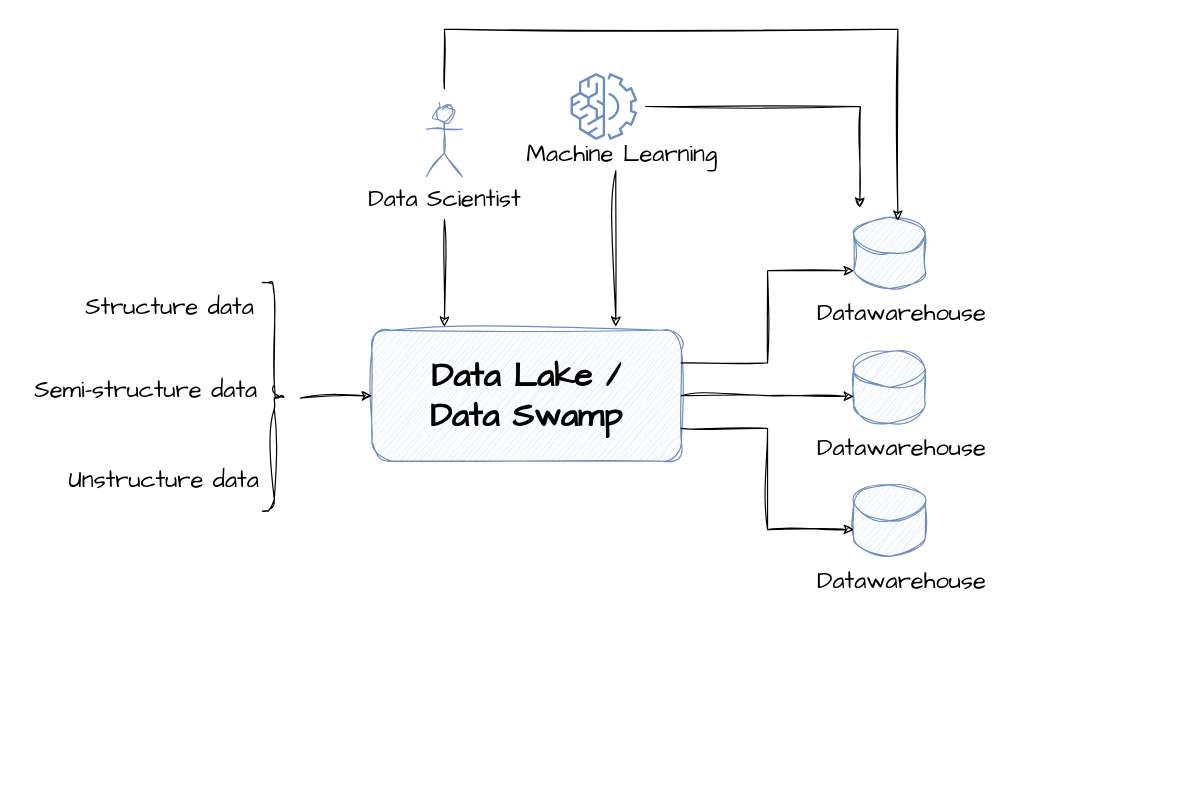
The draw.io diagram page "data-infrastructure" (3 of 14) of content/en/knowledgebase/bigdata/lakehouse-iceberg-delta/lakehouse.drawio in mauvaisetroupe/architech, before the edit. Source tidied: cells renumbered, new cells numbered last; positions are measured from the earlier drawing's top-left corner, leaving out a move shared by most shapes. Both pictures are drawn from the tidied source at 119%, with x=0, y=0 at pixel (20, 29).
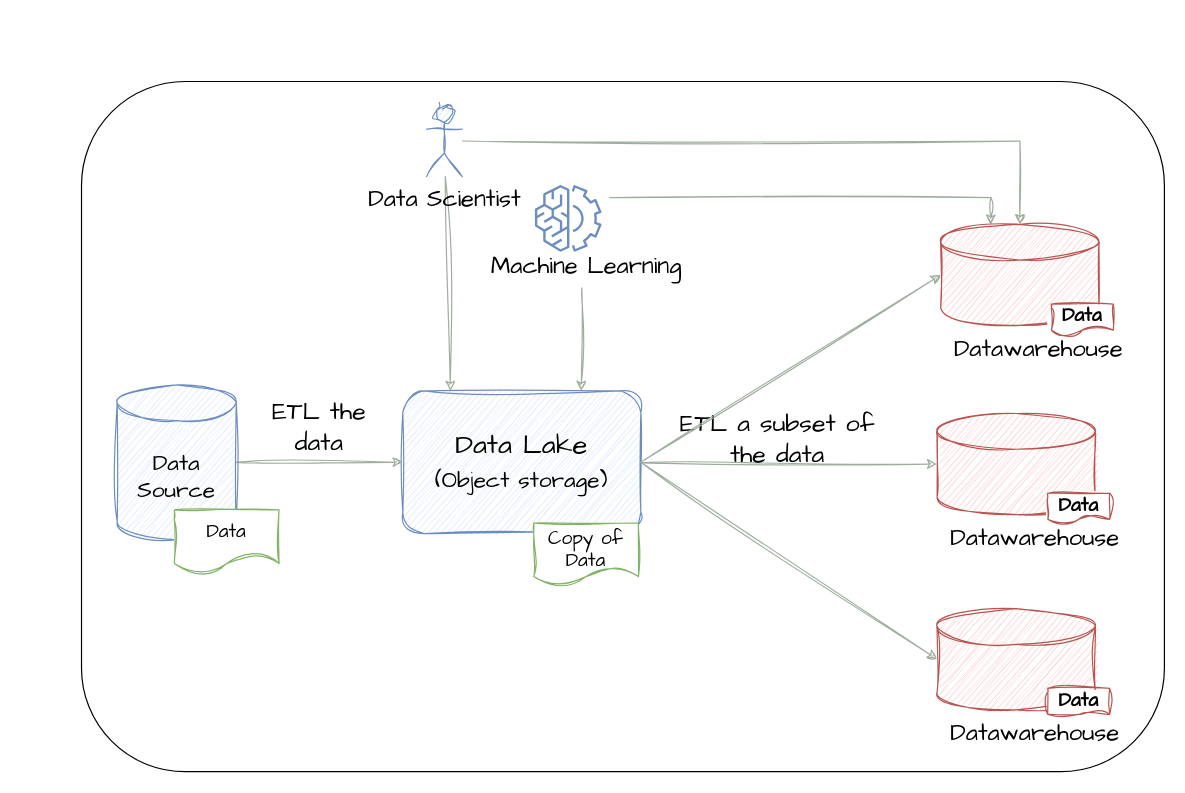
Above is the later version.

The change refers to these unchanged cells:
```xml
<mxCell id="4" value="Data Scientist" style="shape=umlActor;verticalLabelPosition=bottom;verticalAlign=top;html=1;outlineConnect=0;sketch=1;hachureGap=4;jiggle=2;curveFitting=1;fontFamily=Architects Daughter;fontSize=20;fillColor=#dae8fc;strokeColor=#6c8ebf;" parent="1" vertex="1">
  <mxGeometry x="341" y="64" width="30" height="60" as="geometry" />
</mxCell>
```

Change to the diagram source:
```diff
@@
-    <mxCell id="2" value="&lt;b&gt;&lt;font style=&quot;font-size: 28px;&quot;&gt;Data Lake /&lt;br&gt;Data Swamp&lt;br&gt;&lt;/font&gt;&lt;/b&gt;" style="rounded=1;whiteSpace=wrap;html=1;sketch=1;hachureGap=4;jiggle=2;curveFitting=1;fontFamily=Architects Daughter;fontSize=20;fillColor=#dae8fc;strokeColor=#6c8ebf;" parent="1" vertex="1">
-      <mxGeometry x="295" y="253" width="260" height="110" as="geometry" />
-    </mxCell>
-    <mxCell id="3" style="rounded=0;sketch=1;hachureGap=4;jiggle=2;curveFitting=1;orthogonalLoop=1;jettySize=auto;html=1;fontFamily=Architects Daughter;fontSize=16;" parent="1" edge="1">
-      <mxGeometry relative="1" as="geometry">
-        <mxPoint x="356" y="160" as="sourcePoint" />
-        <mxPoint x="356" y="250" as="targetPoint" />
-      </mxGeometry>
-    </mxCell>
+    <mxCell id="27" style="rounded=1;whiteSpace=wrap;html=1;" parent="1" vertex="1">
+      <mxGeometry x="51" y="44" width="910" height="580" as="geometry" />
+    </mxCell>
+    <mxCell id="28" style="rounded=0;jettySize=auto;html=1;sketch=1;curveFitting=1;jiggle=2;strokeColor=#9FAD9F;entryX=0;entryY=0.5;entryDx=0;entryDy=0;entryPerimeter=0;" parent="1" edge="1" source="29" target="36">
+      <mxGeometry relative="1" as="geometry" />
+    </mxCell>
+    <mxCell id="29" value="Data Lake&lt;br&gt;&lt;font style=&quot;font-size: 19px;&quot;&gt;(Object storage)&lt;/font&gt;" style="rounded=1;whiteSpace=wrap;html=1;fontSize=23;fontFamily=Architects Daughter;fillColor=#dae8fc;strokeColor=#6c8ebf;shadow=0;sketch=1;curveFitting=1;jiggle=2;" parent="1" vertex="1">
+      <mxGeometry x="321" y="304" width="200" height="120" as="geometry" />
+    </mxCell>
+    <mxCell id="30" style="edgeStyle=orthogonalEdgeStyle;rounded=0;jettySize=auto;html=1;sketch=1;curveFitting=1;jiggle=2;entryX=0;entryY=0.5;entryDx=0;entryDy=0;exitX=1;exitY=0.5;exitDx=0;exitDy=0;exitPerimeter=0;strokeColor=#9FAD9F;" parent="1" edge="1" source="34" target="29">
+      <mxGeometry relative="1" as="geometry" />
+    </mxCell>
+    <mxCell id="31" value="ETL the data" style="text;html=1;strokeColor=none;fillColor=none;align=center;verticalAlign=middle;whiteSpace=wrap;rounded=0;fontFamily=Architects Daughter;fontSize=21;" parent="1" vertex="1">
+      <mxGeometry x="201" y="314" width="100" height="40" as="geometry" />
+    </mxCell>
+    <mxCell id="32" value="ETL a subset of the data" style="text;html=1;strokeColor=none;fillColor=none;align=center;verticalAlign=middle;whiteSpace=wrap;rounded=0;fontFamily=Architects Daughter;fontSize=21;" parent="1" vertex="1">
+      <mxGeometry x="551" y="334" width="170" height="20" as="geometry" />
+    </mxCell>
+    <mxCell id="33" value="Copy of Data" style="shape=document;whiteSpace=wrap;html=1;boundedLbl=1;fontSize=16;fontFamily=Architects Daughter;fillColor=#FFFFFF;strokeColor=#82b366;shadow=0;sketch=1;curveFitting=1;jiggle=2;spacing=0;spacingTop=-1;verticalAlign=top;" parent="1" vertex="1">
+      <mxGeometry x="431" y="415" width="88" height="53" as="geometry" />
+    </mxCell>
+    <mxCell id="34" value="Data&lt;br style=&quot;font-size: 19px;&quot;&gt;Source" style="shape=cylinder3;whiteSpace=wrap;html=1;boundedLbl=1;backgroundOutline=1;size=15;fillColor=#dae8fc;strokeColor=#6c8ebf;shadow=0;fontFamily=Architects Daughter;fontSize=19;sketch=1;curveFitting=1;jiggle=2;" parent="1" vertex="1">
+      <mxGeometry x="81" y="299" width="100" height="130" as="geometry" />
+    </mxCell>
+    <mxCell id="35" value="Data" style="shape=document;whiteSpace=wrap;html=1;boundedLbl=1;fontSize=16;fontFamily=Architects Daughter;fillColor=#FFFFFF;strokeColor=#82b366;shadow=0;sketch=1;curveFitting=1;jiggle=2;spacing=0;spacingTop=-1;verticalAlign=middle;" parent="1" vertex="1">
+      <mxGeometry x="129" y="404" width="88" height="53" as="geometry" />
+    </mxCell>
+    <mxCell id="36" style="shape=cylinder3;whiteSpace=wrap;html=1;boundedLbl=1;backgroundOutline=1;size=15;sketch=1;hachureGap=4;jiggle=2;curveFitting=1;fontFamily=Architects Daughter;fontSize=20;fillColor=#f8cecc;strokeColor=#b85450;" parent="1" vertex="1">
+      <mxGeometry x="770" y="323" width="133" height="85" as="geometry" />
+    </mxCell>
+    <mxCell id="37" value="Datawarehouse" style="text;html=1;align=center;verticalAlign=middle;strokeColor=none;fillColor=none;fontSize=20;fontFamily=Architects Daughter;" parent="1" vertex="1">
+      <mxGeometry x="767" y="407" width="170" height="40" as="geometry" />
+    </mxCell>
+    <mxCell id="38" value="&lt;font face=&quot;Architects Daughter&quot; style=&quot;font-size: 16px;&quot;&gt;Data&lt;/font&gt;" style="shape=document;whiteSpace=wrap;html=1;boundedLbl=1;fillColor=#FFFFFF;strokeColor=#b85450;fontSize=16;fontStyle=1;size=0.25;sketch=1;curveFitting=1;jiggle=2;" parent="1" vertex="1">
+      <mxGeometry x="863" y="390" width="52" height="25" as="geometry" />
+    </mxCell>
+    <mxCell id="39" style="rounded=0;sketch=1;hachureGap=4;jiggle=2;curveFitting=1;jettySize=auto;html=1;fontFamily=Architects Daughter;fontSize=16;strokeColor=#9FAD9F;" parent="1" edge="1" source="4">
+      <mxGeometry relative="1" as="geometry">
+        <mxPoint x="361" y="304" as="targetPoint" />
+      </mxGeometry>
+    </mxCell>
@@
-    <mxCell id="5" style="rounded=0;sketch=1;hachureGap=4;jiggle=2;curveFitting=1;orthogonalLoop=1;jettySize=auto;html=1;fontFamily=Architects Daughter;fontSize=16;" parent="1" edge="1">
-      <mxGeometry relative="1" as="geometry">
-        <mxPoint x="500" y="119" as="sourcePoint" />
-        <mxPoint x="500" y="250" as="targetPoint" />
-      </mxGeometry>
-    </mxCell>
-    <mxCell id="6" style="points=[[0,0,0],[0.25,0,0],[0.5,0,0],[0.75,0,0],[1,0,0],[0,1,0],[0.25,1,0],[0.5,1,0],[0.75,1,0],[1,1,0],[0,0.25,0],[0,0.5,0],[0,0.75,0],[1,0.25,0],[1,0.5,0],[1,0.75,0]];outlineConnect=0;fillColor=none;strokeColor=#6c8ebf;dashed=0;verticalLabelPosition=bottom;verticalAlign=top;align=center;html=1;fontSize=12;fontStyle=0;shape=mxgraph.aws4.resourceIcon;resIcon=mxgraph.aws4.machine_learning;hachureGap=4;fontFamily=Architects Daughter;" parent="1" vertex="1">
-      <mxGeometry x="455" y="30" width="70" height="70" as="geometry" />
-    </mxCell>
+    <mxCell id="40" style="rounded=0;sketch=1;hachureGap=4;jiggle=2;curveFitting=1;jettySize=auto;html=1;fontFamily=Architects Daughter;fontSize=16;strokeColor=#9FAD9F;exitX=0.48;exitY=0.985;exitDx=0;exitDy=0;exitPerimeter=0;entryX=0.75;entryY=0;entryDx=0;entryDy=0;" parent="1" edge="1" source="7" target="29">
+      <mxGeometry relative="1" as="geometry" />
+    </mxCell>
+    <mxCell id="41" style="edgeStyle=orthogonalEdgeStyle;rounded=0;sketch=1;hachureGap=4;jiggle=2;curveFitting=1;jettySize=auto;html=1;fontFamily=Architects Daughter;fontSize=16;strokeColor=#9FAD9F;exitX=1;exitY=0.25;exitDx=0;exitDy=0;exitPerimeter=0;elbow=vertical;entryX=0.317;entryY=0.004;entryDx=0;entryDy=0;entryPerimeter=0;" parent="1" edge="1" source="44" target="45">
+      <mxGeometry relative="1" as="geometry" />
+    </mxCell>
+    <mxCell id="42" style="edgeStyle=orthogonalEdgeStyle;rounded=0;sketch=1;hachureGap=4;jiggle=2;curveFitting=1;jettySize=auto;html=1;entryX=0.5;entryY=0;entryDx=0;entryDy=0;entryPerimeter=0;fontFamily=Architects Daughter;fontSize=16;strokeColor=#9FAD9F;" parent="1" edge="1" source="4" target="45">
+      <mxGeometry relative="1" as="geometry" />
+    </mxCell>
+    <mxCell id="43" style="group;" parent="1" vertex="1">
+      <mxGeometry x="385" y="124" width="180" height="94" as="geometry" />
+    </mxCell>
+    <mxCell id="44" style="points=[[0,0,0],[0.25,0,0],[0.5,0,0],[0.75,0,0],[1,0,0],[0,1,0],[0.25,1,0],[0.5,1,0],[0.75,1,0],[1,1,0],[0,0.25,0],[0,0.5,0],[0,0.75,0],[1,0.25,0],[1,0.5,0],[1,0.75,0]];outlineConnect=0;fillColor=none;strokeColor=#6c8ebf;dashed=0;verticalLabelPosition=bottom;verticalAlign=top;align=center;html=1;fontSize=12;fontStyle=0;shape=mxgraph.aws4.resourceIcon;resIcon=mxgraph.aws4.machine_learning;hachureGap=4;fontFamily=Architects Daughter;" parent="43" vertex="1">
+      <mxGeometry x="40" width="70" height="70" as="geometry" />
+    </mxCell>
-    <mxCell id="7" value="Machine Learning" style="text;html=1;align=center;verticalAlign=middle;points=[];strokeColor=none;fillColor=none;fontSize=20;fontFamily=Architects Daughter;" parent="1" vertex="1">
-      <mxGeometry x="415" y="84" width="180" height="40" as="geometry" />
+    <mxCell id="7" value="Machine Learning" style="text;html=1;align=center;verticalAlign=middle;points=[];strokeColor=none;fillColor=none;fontSize=20;fontFamily=Architects Daughter;" parent="43" vertex="1">
+      <mxGeometry y="54" width="180" height="40" as="geometry" />
     </mxCell>
-    <mxCell id="8" style="group;" parent="1" vertex="1">
-      <mxGeometry x="655" y="158" width="170" height="100" as="geometry" />
-    </mxCell>
-    <mxCell id="9" style="shape=cylinder3;whiteSpace=wrap;html=1;boundedLbl=1;backgroundOutline=1;size=15;sketch=1;hachureGap=4;jiggle=2;curveFitting=1;fontFamily=Architects Daughter;fontSize=20;fillColor=#dae8fc;strokeColor=#6c8ebf;" parent="8" vertex="1">
-      <mxGeometry x="45" width="60" height="60" as="geometry" />
-    </mxCell>
-    <mxCell id="10" value="Datawarehouse" style="text;html=1;align=center;verticalAlign=middle;strokeColor=none;fillColor=none;fontSize=20;fontFamily=Architects Daughter;" parent="8" vertex="1">
-      <mxGeometry y="60" width="170" height="40" as="geometry" />
-    </mxCell>
-    <mxCell id="11" style="group;" parent="1" vertex="1">
-      <mxGeometry x="655" y="271" width="170" height="100" as="geometry" />
-    </mxCell>
-    <mxCell id="12" style="shape=cylinder3;whiteSpace=wrap;html=1;boundedLbl=1;backgroundOutline=1;size=15;sketch=1;hachureGap=4;jiggle=2;curveFitting=1;fontFamily=Architects Daughter;fontSize=20;fillColor=#dae8fc;strokeColor=#6c8ebf;" parent="11" vertex="1">
-      <mxGeometry x="45" width="60" height="60" as="geometry" />
-    </mxCell>
-    <mxCell id="13" value="Datawarehouse" style="text;html=1;align=center;verticalAlign=middle;strokeColor=none;fillColor=none;fontSize=20;fontFamily=Architects Daughter;" parent="11" vertex="1">
-      <mxGeometry y="60" width="170" height="40" as="geometry" />
-    </mxCell>
-    <mxCell id="14" style="group;" parent="1" vertex="1">
-      <mxGeometry x="655" y="383" width="170" height="100" as="geometry" />
-    </mxCell>
-    <mxCell id="15" style="shape=cylinder3;whiteSpace=wrap;html=1;boundedLbl=1;backgroundOutline=1;size=15;sketch=1;hachureGap=4;jiggle=2;curveFitting=1;fontFamily=Architects Daughter;fontSize=20;fillColor=#dae8fc;strokeColor=#6c8ebf;" parent="14" vertex="1">
-      <mxGeometry x="45" width="60" height="60" as="geometry" />
-    </mxCell>
-    <mxCell id="16" value="Datawarehouse" style="text;html=1;align=center;verticalAlign=middle;strokeColor=none;fillColor=none;fontSize=20;fontFamily=Architects Daughter;" parent="14" vertex="1">
-      <mxGeometry y="60" width="170" height="40" as="geometry" />
-    </mxCell>
-    <mxCell id="17" style="edgeStyle=orthogonalEdgeStyle;rounded=0;sketch=1;hachureGap=4;jiggle=2;curveFitting=1;jettySize=auto;html=1;entryX=0;entryY=1;entryDx=0;entryDy=-15;entryPerimeter=0;fontFamily=Architects Daughter;fontSize=16;exitX=1;exitY=0.25;exitDx=0;exitDy=0;" parent="1" edge="1" source="2" target="9">
-      <mxGeometry relative="1" as="geometry" />
-    </mxCell>
-    <mxCell id="18" style="edgeStyle=orthogonalEdgeStyle;rounded=0;sketch=1;hachureGap=4;jiggle=2;curveFitting=1;jettySize=auto;html=1;exitX=1;exitY=0.5;exitDx=0;exitDy=0;entryX=0;entryY=0;entryDx=0;entryDy=37.5;entryPerimeter=0;fontFamily=Architects Daughter;fontSize=16;" parent="1" edge="1" source="2" target="12">
-      <mxGeometry relative="1" as="geometry" />
-    </mxCell>
-    <mxCell id="19" style="edgeStyle=orthogonalEdgeStyle;rounded=0;sketch=1;hachureGap=4;jiggle=2;curveFitting=1;jettySize=auto;html=1;entryX=0;entryY=0;entryDx=0;entryDy=37.5;entryPerimeter=0;fontFamily=Architects Daughter;fontSize=16;exitX=1;exitY=0.75;exitDx=0;exitDy=0;" parent="1" edge="1" source="2" target="15">
-      <mxGeometry relative="1" as="geometry" />
-    </mxCell>
-    <mxCell id="20" value="Structure data" style="text;html=1;align=center;verticalAlign=middle;strokeColor=none;fillColor=none;fontSize=20;fontFamily=Architects Daughter;" parent="1" vertex="1">
-      <mxGeometry x="40" y="213" width="170" height="40" as="geometry" />
-    </mxCell>
-    <mxCell id="21" value="Semi-structure data" style="text;html=1;align=center;verticalAlign=middle;strokeColor=none;fillColor=none;fontSize=20;fontFamily=Architects Daughter;" parent="1" vertex="1">
-      <mxGeometry y="283" width="210" height="40" as="geometry" />
-    </mxCell>
-    <mxCell id="22" value="Unstructure data" style="text;html=1;align=center;verticalAlign=middle;strokeColor=none;fillColor=none;fontSize=20;fontFamily=Architects Daughter;" parent="1" vertex="1">
-      <mxGeometry x="30" y="358" width="180" height="40" as="geometry" />
-    </mxCell>
-    <mxCell id="23" style="rounded=0;sketch=1;hachureGap=4;jiggle=2;curveFitting=1;jettySize=auto;html=1;entryX=0;entryY=0.5;entryDx=0;entryDy=0;fontFamily=Architects Daughter;fontSize=16;" parent="1" edge="1" target="2">
-      <mxGeometry relative="1" as="geometry">
-        <mxPoint x="235" y="310" as="sourcePoint" />
-      </mxGeometry>
-    </mxCell>
-    <mxCell id="24" style="shape=curlyBracket;whiteSpace=wrap;html=1;rounded=1;flipH=1;labelPosition=right;verticalLabelPosition=middle;align=left;verticalAlign=middle;sketch=1;hachureGap=4;jiggle=2;curveFitting=1;fontFamily=Architects Daughter;fontSize=20;" parent="1" vertex="1">
-      <mxGeometry x="203" y="213" width="20" height="192" as="geometry" />
-    </mxCell>
-    <mxCell id="25" style="edgeStyle=orthogonalEdgeStyle;rounded=0;sketch=1;hachureGap=4;jiggle=2;curveFitting=1;jettySize=auto;html=1;fontFamily=Architects Daughter;fontSize=16;" parent="1" edge="1" source="6">
-      <mxGeometry relative="1" as="geometry">
-        <mxPoint x="705" y="150" as="targetPoint" />
-      </mxGeometry>
-    </mxCell>
-    <mxCell id="26" style="edgeStyle=orthogonalEdgeStyle;rounded=0;sketch=1;hachureGap=4;jiggle=2;curveFitting=1;jettySize=auto;html=1;entryX=0.617;entryY=0.05;entryDx=0;entryDy=0;entryPerimeter=0;fontFamily=Architects Daughter;fontSize=16;" parent="1" edge="1" target="9">
-      <mxGeometry relative="1" as="geometry">
-        <mxPoint x="356" y="50" as="sourcePoint" />
-        <Array as="points">
-          <mxPoint x="356" />
-          <mxPoint x="737" />
-        </Array>
-      </mxGeometry>
-    </mxCell>
+    <mxCell id="45" style="shape=cylinder3;whiteSpace=wrap;html=1;boundedLbl=1;backgroundOutline=1;size=15;sketch=1;hachureGap=4;jiggle=2;curveFitting=1;fontFamily=Architects Daughter;fontSize=20;fillColor=#f8cecc;strokeColor=#b85450;" parent="1" vertex="1">
+      <mxGeometry x="773" y="164" width="133" height="85" as="geometry" />
+    </mxCell>
+    <mxCell id="46" value="Datawarehouse" style="text;html=1;align=center;verticalAlign=middle;strokeColor=none;fillColor=none;fontSize=20;fontFamily=Architects Daughter;" parent="1" vertex="1">
+      <mxGeometry x="770" y="248" width="170" height="40" as="geometry" />
+    </mxCell>
+    <mxCell id="47" value="&lt;font face=&quot;Architects Daughter&quot; style=&quot;font-size: 16px;&quot;&gt;Data&lt;/font&gt;" style="shape=document;whiteSpace=wrap;html=1;boundedLbl=1;fillColor=#FFFFFF;strokeColor=#b85450;fontSize=16;fontStyle=1;size=0.25;sketch=1;curveFitting=1;jiggle=2;" parent="1" vertex="1">
+      <mxGeometry x="866" y="231" width="52" height="25" as="geometry" />
+    </mxCell>
+    <mxCell id="48" style="shape=cylinder3;whiteSpace=wrap;html=1;boundedLbl=1;backgroundOutline=1;size=15;sketch=1;hachureGap=4;jiggle=2;curveFitting=1;fontFamily=Architects Daughter;fontSize=20;fillColor=#f8cecc;strokeColor=#b85450;" parent="1" vertex="1">
+      <mxGeometry x="770" y="487" width="133" height="85" as="geometry" />
+    </mxCell>
+    <mxCell id="49" value="Datawarehouse" style="text;html=1;align=center;verticalAlign=middle;strokeColor=none;fillColor=none;fontSize=20;fontFamily=Architects Daughter;" parent="1" vertex="1">
+      <mxGeometry x="767" y="571" width="170" height="40" as="geometry" />
+    </mxCell>
+    <mxCell id="50" value="&lt;font face=&quot;Architects Daughter&quot; style=&quot;font-size: 16px;&quot;&gt;Data&lt;/font&gt;" style="shape=document;whiteSpace=wrap;html=1;boundedLbl=1;fillColor=#FFFFFF;strokeColor=#b85450;fontSize=16;fontStyle=1;size=0.25;sketch=1;curveFitting=1;jiggle=2;" parent="1" vertex="1">
+      <mxGeometry x="863" y="554" width="52" height="25" as="geometry" />
+    </mxCell>
+    <mxCell id="51" style="rounded=0;jettySize=auto;html=1;sketch=1;curveFitting=1;jiggle=2;strokeColor=#9FAD9F;entryX=0;entryY=0.5;entryDx=0;entryDy=0;entryPerimeter=0;exitX=1;exitY=0.5;exitDx=0;exitDy=0;" parent="1" edge="1" source="29" target="48">
+      <mxGeometry relative="1" as="geometry" />
+    </mxCell>
+    <mxCell id="52" style="rounded=0;jettySize=auto;html=1;sketch=1;curveFitting=1;jiggle=2;strokeColor=#9FAD9F;entryX=0;entryY=0.5;entryDx=0;entryDy=0;entryPerimeter=0;exitX=1;exitY=0.5;exitDx=0;exitDy=0;" parent="1" edge="1" source="29" target="45">
+      <mxGeometry relative="1" as="geometry" />
+    </mxCell>
```
